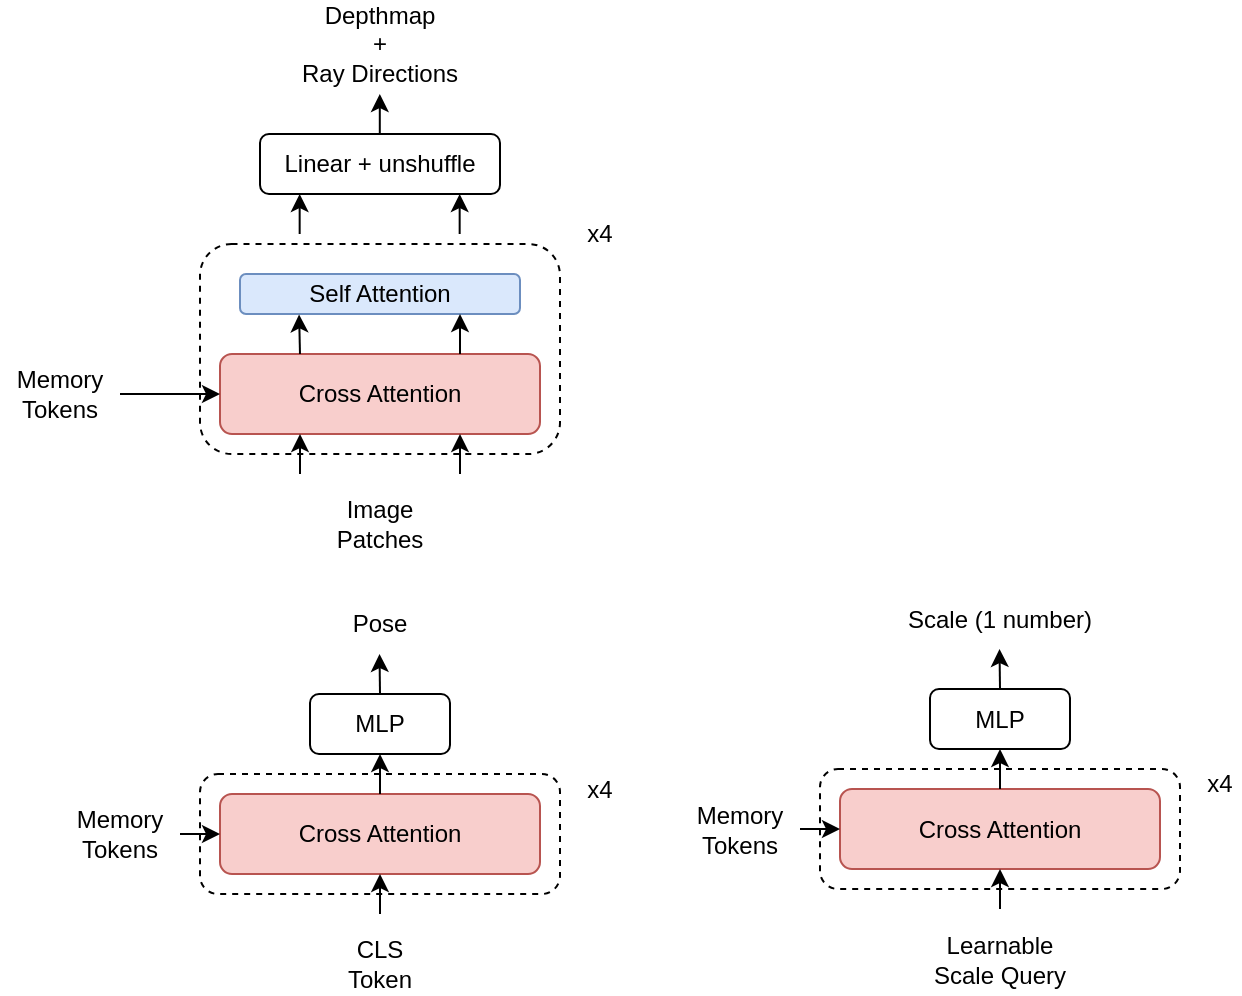
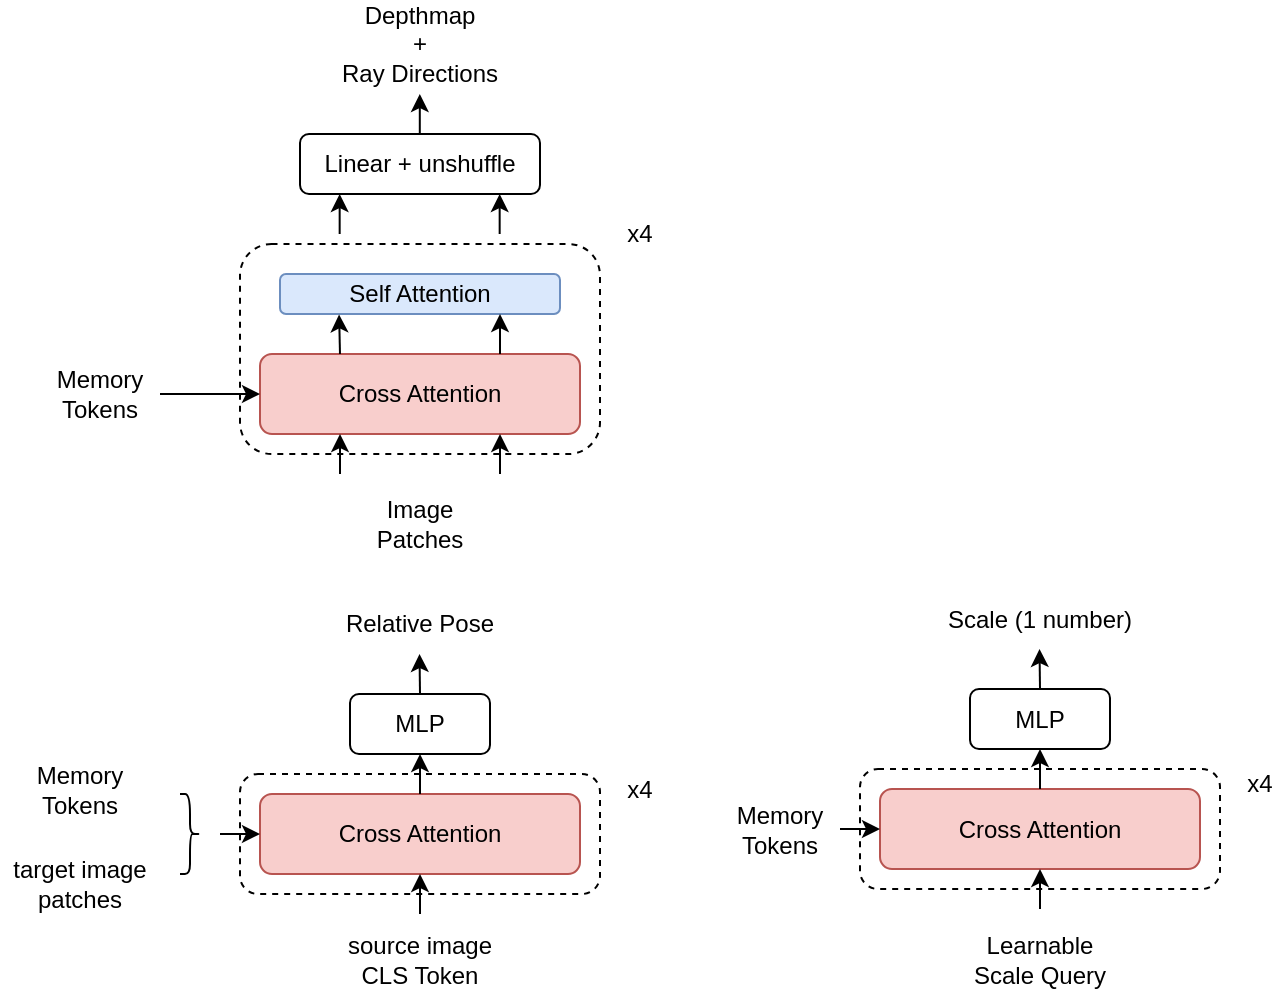
<mxfile host="app.diagrams.net">
  <diagram name="Page-1" id="LQt2_Hfh7H6-ZKKHvrbg">
    <mxGraphModel dx="2028" dy="685" grid="1" gridSize="10" guides="1" tooltips="1" connect="1" arrows="1" fold="1" page="1" pageScale="1" pageWidth="850" pageHeight="1100" math="0" shadow="0">
      <root>
        <mxCell id="0" />
        <mxCell id="1" parent="0" />
        <mxCell id="Kup8zPqzDn_rHlbHAEMb-9" parent="1" style="rounded=1;whiteSpace=wrap;html=1;dashed=1;" value="" vertex="1">
          <mxGeometry height="105" width="180" x="30" y="185" as="geometry" />
        </mxCell>
        <mxCell id="Kup8zPqzDn_rHlbHAEMb-1" parent="1" style="text;html=1;whiteSpace=wrap;strokeColor=none;fillColor=none;align=center;verticalAlign=middle;rounded=0;" value="Memory&lt;div&gt;Tokens&lt;/div&gt;" vertex="1">
          <mxGeometry height="30" width="60" x="-70" y="245" as="geometry" />
        </mxCell>
        <mxCell id="Kup8zPqzDn_rHlbHAEMb-2" parent="1" style="rounded=1;whiteSpace=wrap;html=1;fillColor=#f8cecc;strokeColor=#b85450;" value="Cross Attention" vertex="1">
          <mxGeometry height="40" width="160" x="40" y="240" as="geometry" />
        </mxCell>
        <mxCell id="Kup8zPqzDn_rHlbHAEMb-3" parent="1" style="rounded=1;whiteSpace=wrap;html=1;fillColor=#dae8fc;strokeColor=#6c8ebf;" value="Self Attention" vertex="1">
          <mxGeometry height="20" width="140" x="50" y="200" as="geometry" />
        </mxCell>
        <mxCell id="Kup8zPqzDn_rHlbHAEMb-4" edge="1" parent="1" source="Kup8zPqzDn_rHlbHAEMb-1" style="endArrow=classic;html=1;rounded=0;exitX=1;exitY=0.5;exitDx=0;exitDy=0;entryX=0;entryY=0.5;entryDx=0;entryDy=0;" target="Kup8zPqzDn_rHlbHAEMb-2" value="">
          <mxGeometry height="50" relative="1" width="50" as="geometry">
            <mxPoint x="-30" y="350" as="sourcePoint" />
            <mxPoint x="20" y="300" as="targetPoint" />
          </mxGeometry>
        </mxCell>
        <mxCell id="Kup8zPqzDn_rHlbHAEMb-5" edge="1" parent="1" source="Kup8zPqzDn_rHlbHAEMb-2" style="endArrow=classic;html=1;rounded=0;exitX=0.25;exitY=0;exitDx=0;exitDy=0;entryX=0.211;entryY=1.01;entryDx=0;entryDy=0;entryPerimeter=0;" target="Kup8zPqzDn_rHlbHAEMb-3" value="">
          <mxGeometry height="50" relative="1" width="50" as="geometry">
            <mxPoint x="80" y="350" as="sourcePoint" />
            <mxPoint x="130" y="300" as="targetPoint" />
          </mxGeometry>
        </mxCell>
        <mxCell id="Kup8zPqzDn_rHlbHAEMb-6" edge="1" parent="1" style="endArrow=classic;html=1;rounded=0;exitX=0.25;exitY=0;exitDx=0;exitDy=0;entryX=0.211;entryY=1.01;entryDx=0;entryDy=0;entryPerimeter=0;" value="">
          <mxGeometry height="50" relative="1" width="50" as="geometry">
            <mxPoint x="160" y="240" as="sourcePoint" />
            <mxPoint x="160" y="220" as="targetPoint" />
          </mxGeometry>
        </mxCell>
        <mxCell id="Kup8zPqzDn_rHlbHAEMb-7" edge="1" parent="1" style="endArrow=classic;html=1;rounded=0;entryX=0.25;entryY=1;entryDx=0;entryDy=0;" target="Kup8zPqzDn_rHlbHAEMb-2" value="">
          <mxGeometry height="50" relative="1" width="50" as="geometry">
            <mxPoint x="80" y="300" as="sourcePoint" />
            <mxPoint x="90" y="300" as="targetPoint" />
          </mxGeometry>
        </mxCell>
        <mxCell id="Kup8zPqzDn_rHlbHAEMb-8" edge="1" parent="1" style="endArrow=classic;html=1;rounded=0;entryX=0.25;entryY=1;entryDx=0;entryDy=0;" value="">
          <mxGeometry height="50" relative="1" width="50" as="geometry">
            <mxPoint x="160" y="300" as="sourcePoint" />
            <mxPoint x="160" y="280" as="targetPoint" />
          </mxGeometry>
        </mxCell>
        <mxCell id="Kup8zPqzDn_rHlbHAEMb-10" parent="1" style="text;html=1;whiteSpace=wrap;strokeColor=none;fillColor=none;align=center;verticalAlign=middle;rounded=0;" value="Image Patches" vertex="1">
          <mxGeometry height="30" width="60" x="90" y="310" as="geometry" />
        </mxCell>
        <mxCell id="Kup8zPqzDn_rHlbHAEMb-11" parent="1" style="text;html=1;whiteSpace=wrap;strokeColor=none;fillColor=none;align=center;verticalAlign=middle;rounded=0;" value="x4" vertex="1">
          <mxGeometry height="20" width="20" x="220" y="170" as="geometry" />
        </mxCell>
        <mxCell id="Kup8zPqzDn_rHlbHAEMb-12" edge="1" parent="1" style="endArrow=classic;html=1;rounded=0;entryX=0.25;entryY=1;entryDx=0;entryDy=0;" value="">
          <mxGeometry height="50" relative="1" width="50" as="geometry">
            <mxPoint x="79.82999999999998" y="180" as="sourcePoint" />
            <mxPoint x="79.82999999999998" y="160" as="targetPoint" />
          </mxGeometry>
        </mxCell>
        <mxCell id="Kup8zPqzDn_rHlbHAEMb-13" edge="1" parent="1" style="endArrow=classic;html=1;rounded=0;entryX=0.25;entryY=1;entryDx=0;entryDy=0;" value="">
          <mxGeometry height="50" relative="1" width="50" as="geometry">
            <mxPoint x="159.82999999999998" y="180" as="sourcePoint" />
            <mxPoint x="159.82999999999998" y="160" as="targetPoint" />
          </mxGeometry>
        </mxCell>
        <mxCell id="Kup8zPqzDn_rHlbHAEMb-14" parent="1" style="text;html=1;whiteSpace=wrap;strokeColor=none;fillColor=none;align=center;verticalAlign=middle;rounded=0;" value="Depthmap&lt;div&gt;+&lt;/div&gt;&lt;div&gt;Ray Directions&lt;/div&gt;" vertex="1">
          <mxGeometry height="30" width="100" x="70" y="70" as="geometry" />
        </mxCell>
        <mxCell id="Kup8zPqzDn_rHlbHAEMb-16" parent="1" style="rounded=1;whiteSpace=wrap;html=1;dashed=1;" value="" vertex="1">
          <mxGeometry height="60" width="180" x="30" y="450" as="geometry" />
        </mxCell>
        <mxCell id="Kup8zPqzDn_rHlbHAEMb-17" parent="1" style="rounded=1;whiteSpace=wrap;html=1;fillColor=#f8cecc;strokeColor=#b85450;" value="Cross Attention" vertex="1">
          <mxGeometry height="40" width="160" x="40" y="460" as="geometry" />
        </mxCell>
        <mxCell id="Kup8zPqzDn_rHlbHAEMb-19" edge="1" parent="1" style="endArrow=classic;html=1;rounded=0;entryX=0;entryY=0.5;entryDx=0;entryDy=0;" target="Kup8zPqzDn_rHlbHAEMb-17" value="">
          <mxGeometry height="50" relative="1" width="50" as="geometry">
            <mxPoint x="20" y="480" as="sourcePoint" />
            <mxPoint x="20" y="520" as="targetPoint" />
          </mxGeometry>
        </mxCell>
        <mxCell id="Kup8zPqzDn_rHlbHAEMb-20" edge="1" parent="1" source="Kup8zPqzDn_rHlbHAEMb-17" style="endArrow=classic;html=1;rounded=0;exitX=0.5;exitY=0;exitDx=0;exitDy=0;entryX=0.5;entryY=1;entryDx=0;entryDy=0;" target="Kup8zPqzDn_rHlbHAEMb-31" value="">
          <mxGeometry height="50" relative="1" width="50" as="geometry">
            <mxPoint x="120" y="460" as="sourcePoint" />
            <mxPoint x="119.53999999999996" y="440.20000000000005" as="targetPoint" />
          </mxGeometry>
        </mxCell>
        <mxCell id="Kup8zPqzDn_rHlbHAEMb-22" edge="1" parent="1" style="endArrow=classic;html=1;rounded=0;entryX=0.25;entryY=1;entryDx=0;entryDy=0;" value="">
          <mxGeometry height="50" relative="1" width="50" as="geometry">
            <mxPoint x="120" y="520" as="sourcePoint" />
            <mxPoint x="120" y="500" as="targetPoint" />
          </mxGeometry>
        </mxCell>
-         <mxCell id="Kup8zPqzDn_rHlbHAEMb-24" parent="1" style="text;html=1;whiteSpace=wrap;strokeColor=none;fillColor=none;align=center;verticalAlign=middle;rounded=0;" value="CLS Token" vertex="1">
-           <mxGeometry height="30" width="60" x="90" y="530" as="geometry" />
+         <mxCell id="Kup8zPqzDn_rHlbHAEMb-24" parent="1" style="text;html=1;whiteSpace=wrap;strokeColor=none;fillColor=none;align=center;verticalAlign=middle;rounded=0;" value="source image CLS Token" vertex="1">
+           <mxGeometry height="30" width="100" x="70" y="527.5" as="geometry" />
        </mxCell>
        <mxCell id="Kup8zPqzDn_rHlbHAEMb-25" parent="1" style="text;html=1;whiteSpace=wrap;strokeColor=none;fillColor=none;align=center;verticalAlign=middle;rounded=0;" value="x4" vertex="1">
          <mxGeometry height="20" width="20" x="220" y="447.5" as="geometry" />
        </mxCell>
-         <mxCell id="Kup8zPqzDn_rHlbHAEMb-28" parent="1" style="text;html=1;whiteSpace=wrap;strokeColor=none;fillColor=none;align=center;verticalAlign=middle;rounded=0;" value="Pose" vertex="1">
+         <mxCell id="Kup8zPqzDn_rHlbHAEMb-28" parent="1" style="text;html=1;whiteSpace=wrap;strokeColor=none;fillColor=none;align=center;verticalAlign=middle;rounded=0;" value="Relative Pose" vertex="1">
          <mxGeometry height="30" width="100" x="70" y="360" as="geometry" />
        </mxCell>
        <mxCell id="Kup8zPqzDn_rHlbHAEMb-29" parent="1" style="text;html=1;whiteSpace=wrap;strokeColor=none;fillColor=none;align=center;verticalAlign=middle;rounded=0;" value="Memory&lt;div&gt;Tokens&lt;/div&gt;" vertex="1">
-           <mxGeometry height="30" width="60" x="-40" y="465" as="geometry" />
+           <mxGeometry height="30" width="80" x="-90" y="442.5" as="geometry" />
        </mxCell>
        <mxCell id="Kup8zPqzDn_rHlbHAEMb-31" parent="1" style="rounded=1;whiteSpace=wrap;html=1;" value="MLP" vertex="1">
          <mxGeometry height="30" width="70" x="85" y="410" as="geometry" />
        </mxCell>
        <mxCell id="Kup8zPqzDn_rHlbHAEMb-33" edge="1" parent="1" source="Kup8zPqzDn_rHlbHAEMb-31" style="endArrow=classic;html=1;rounded=0;exitX=0.5;exitY=0;exitDx=0;exitDy=0;entryX=0.211;entryY=1.01;entryDx=0;entryDy=0;entryPerimeter=0;" value="">
          <mxGeometry height="50" relative="1" width="50" as="geometry">
            <mxPoint x="120.22000000000003" y="409.79999999999995" as="sourcePoint" />
            <mxPoint x="119.75999999999999" y="390" as="targetPoint" />
          </mxGeometry>
        </mxCell>
        <mxCell id="Kup8zPqzDn_rHlbHAEMb-34" parent="1" style="rounded=1;whiteSpace=wrap;html=1;dashed=1;" value="" vertex="1">
          <mxGeometry height="60" width="180" x="340" y="447.5" as="geometry" />
        </mxCell>
        <mxCell id="Kup8zPqzDn_rHlbHAEMb-35" parent="1" style="rounded=1;whiteSpace=wrap;html=1;fillColor=#f8cecc;strokeColor=#b85450;" value="Cross Attention" vertex="1">
          <mxGeometry height="40" width="160" x="350" y="457.5" as="geometry" />
        </mxCell>
        <mxCell id="Kup8zPqzDn_rHlbHAEMb-36" edge="1" parent="1" style="endArrow=classic;html=1;rounded=0;entryX=0;entryY=0.5;entryDx=0;entryDy=0;" target="Kup8zPqzDn_rHlbHAEMb-35" value="">
          <mxGeometry height="50" relative="1" width="50" as="geometry">
            <mxPoint x="330" y="477.5" as="sourcePoint" />
            <mxPoint x="330" y="517.5" as="targetPoint" />
          </mxGeometry>
        </mxCell>
        <mxCell id="Kup8zPqzDn_rHlbHAEMb-37" edge="1" parent="1" source="Kup8zPqzDn_rHlbHAEMb-35" style="endArrow=classic;html=1;rounded=0;exitX=0.5;exitY=0;exitDx=0;exitDy=0;entryX=0.5;entryY=1;entryDx=0;entryDy=0;" target="Kup8zPqzDn_rHlbHAEMb-43" value="">
          <mxGeometry height="50" relative="1" width="50" as="geometry">
            <mxPoint x="430" y="457.5" as="sourcePoint" />
            <mxPoint x="429.53999999999996" y="437.70000000000005" as="targetPoint" />
          </mxGeometry>
        </mxCell>
        <mxCell id="Kup8zPqzDn_rHlbHAEMb-38" edge="1" parent="1" style="endArrow=classic;html=1;rounded=0;entryX=0.25;entryY=1;entryDx=0;entryDy=0;" value="">
          <mxGeometry height="50" relative="1" width="50" as="geometry">
            <mxPoint x="430" y="517.5" as="sourcePoint" />
            <mxPoint x="430" y="497.5" as="targetPoint" />
          </mxGeometry>
        </mxCell>
        <mxCell id="Kup8zPqzDn_rHlbHAEMb-39" parent="1" style="text;html=1;whiteSpace=wrap;strokeColor=none;fillColor=none;align=center;verticalAlign=middle;rounded=0;" value="Learnable&lt;div&gt;Scale Query&lt;/div&gt;" vertex="1">
          <mxGeometry height="30" width="90" x="385" y="527.5" as="geometry" />
        </mxCell>
        <mxCell id="Kup8zPqzDn_rHlbHAEMb-40" parent="1" style="text;html=1;whiteSpace=wrap;strokeColor=none;fillColor=none;align=center;verticalAlign=middle;rounded=0;" value="x4" vertex="1">
          <mxGeometry height="20" width="20" x="530" y="445" as="geometry" />
        </mxCell>
        <mxCell id="Kup8zPqzDn_rHlbHAEMb-41" parent="1" style="text;html=1;whiteSpace=wrap;strokeColor=none;fillColor=none;align=center;verticalAlign=middle;rounded=0;" value="Scale (1 number)" vertex="1">
          <mxGeometry height="30" width="100" x="380" y="357.5" as="geometry" />
        </mxCell>
        <mxCell id="Kup8zPqzDn_rHlbHAEMb-42" parent="1" style="text;html=1;whiteSpace=wrap;strokeColor=none;fillColor=none;align=center;verticalAlign=middle;rounded=0;" value="Memory&lt;div&gt;Tokens&lt;/div&gt;" vertex="1">
          <mxGeometry height="30" width="60" x="270" y="462.5" as="geometry" />
        </mxCell>
        <mxCell id="Kup8zPqzDn_rHlbHAEMb-43" parent="1" style="rounded=1;whiteSpace=wrap;html=1;" value="MLP" vertex="1">
          <mxGeometry height="30" width="70" x="395" y="407.5" as="geometry" />
        </mxCell>
        <mxCell id="Kup8zPqzDn_rHlbHAEMb-44" edge="1" parent="1" source="Kup8zPqzDn_rHlbHAEMb-43" style="endArrow=classic;html=1;rounded=0;exitX=0.5;exitY=0;exitDx=0;exitDy=0;entryX=0.211;entryY=1.01;entryDx=0;entryDy=0;entryPerimeter=0;" value="">
          <mxGeometry height="50" relative="1" width="50" as="geometry">
            <mxPoint x="430.22" y="407.29999999999995" as="sourcePoint" />
            <mxPoint x="429.76" y="387.5" as="targetPoint" />
          </mxGeometry>
        </mxCell>
        <mxCell id="Kup8zPqzDn_rHlbHAEMb-46" parent="1" style="rounded=1;whiteSpace=wrap;html=1;" value="Linear + unshuffle" vertex="1">
          <mxGeometry height="30" width="120" x="60" y="130" as="geometry" />
        </mxCell>
        <mxCell id="Kup8zPqzDn_rHlbHAEMb-47" edge="1" parent="1" style="endArrow=classic;html=1;rounded=0;entryX=0.25;entryY=1;entryDx=0;entryDy=0;" value="">
          <mxGeometry height="50" relative="1" width="50" as="geometry">
            <mxPoint x="119.9" y="130" as="sourcePoint" />
            <mxPoint x="119.9" y="110" as="targetPoint" />
          </mxGeometry>
        </mxCell>
+         <mxCell id="Kup8zPqzDn_rHlbHAEMb-48" parent="1" style="text;html=1;whiteSpace=wrap;strokeColor=none;fillColor=none;align=center;verticalAlign=middle;rounded=0;" value="target image patches" vertex="1">
+           <mxGeometry height="30" width="80" x="-90" y="490" as="geometry" />
+         </mxCell>
+         <mxCell id="Kup8zPqzDn_rHlbHAEMb-49" parent="1" style="shape=curlyBracket;whiteSpace=wrap;html=1;rounded=1;flipH=1;labelPosition=right;verticalLabelPosition=middle;align=left;verticalAlign=middle;legacyAnchorPoints=0;" value="" vertex="1">
+           <mxGeometry height="40" width="10" y="460" as="geometry" />
+         </mxCell>
      </root>
    </mxGraphModel>
  </diagram>
</mxfile>
